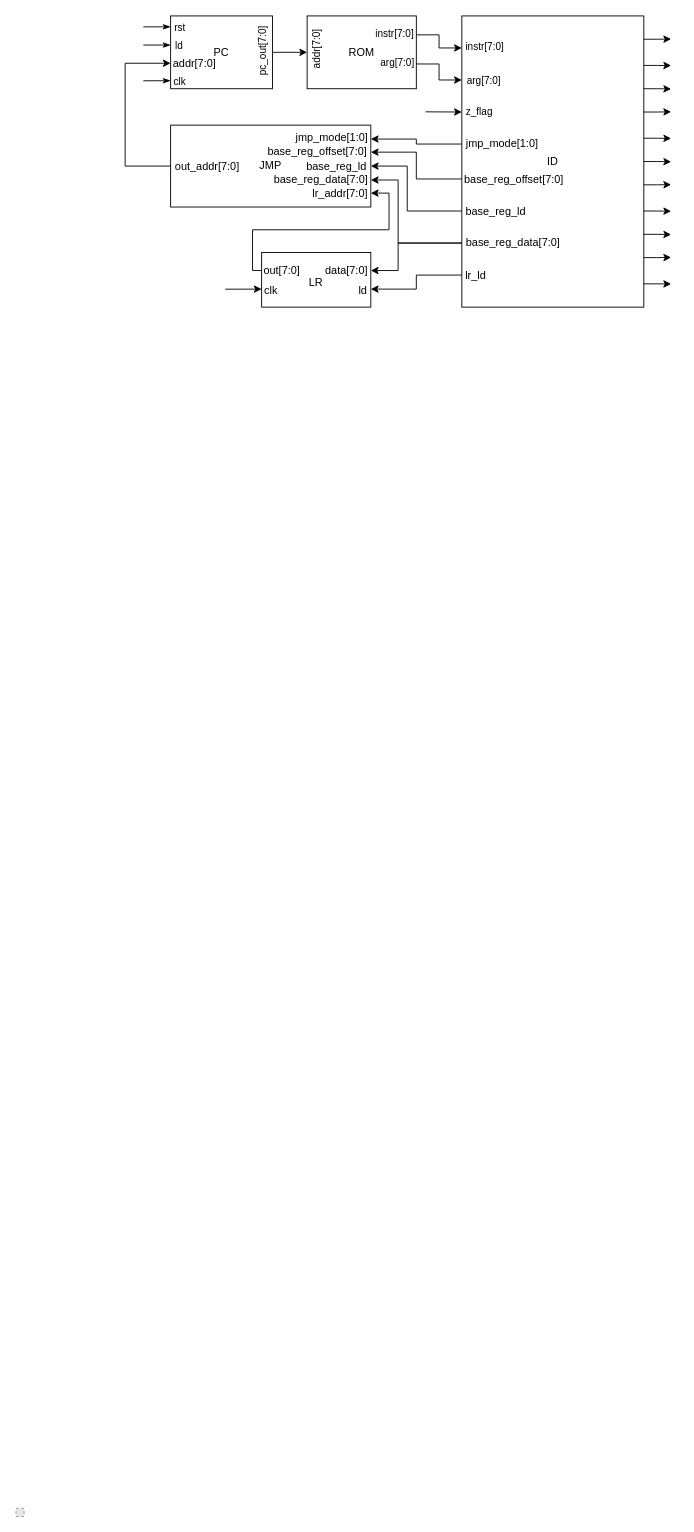
orszoooo/OneCycleCPU keeps this draw.io diagram as Docs/cpu.drawio. Above is the earlier version. Source tidied: cells renumbered, new cells numbered last; positions are measured from the earlier drawing's top-left corner, leaving out a move shared by most shapes. Both pictures are drawn from the tidied source at 91%, with x=0, y=0 at pixel (15, 15). Pictures stored in the file or linked from it are replaced by grey dashed boxes.
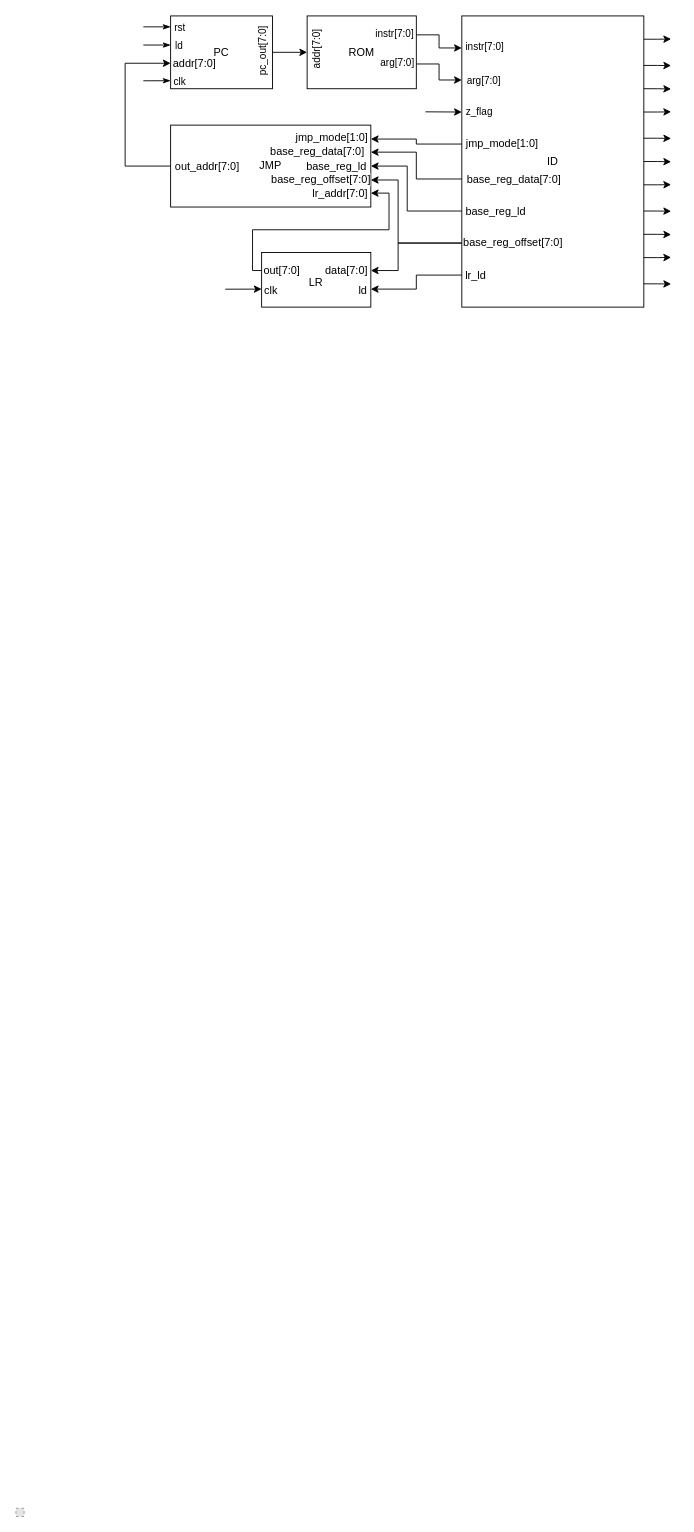
The same page after the edit.

Unchanged cells that the change refers to:
```xml
<mxCell id="7" style="edgeStyle=orthogonalEdgeStyle;sketch=0;hachureGap=4;jiggle=2;curveFitting=1;html=1;exitX=0;exitY=0.78;exitDx=0;exitDy=0;exitPerimeter=0;entryX=1;entryY=0.67;entryDx=0;entryDy=0;entryPerimeter=0;fontFamily=Helvetica;fontSize=12;fontColor=default;startArrow=none;startFill=0;endArrow=classic;endFill=1;rounded=0;" parent="1" edge="1" source="9" target="3">
  <mxGeometry relative="1" as="geometry">
    <Array as="points">
      <mxPoint x="420" y="250" />
      <mxPoint x="420" y="180" />
    </Array>
  </mxGeometry>
</mxCell>
<mxCell id="15" style="edgeStyle=orthogonalEdgeStyle;rounded=0;html=1;exitX=0;exitY=0.56;exitDx=0;exitDy=0;exitPerimeter=0;startArrow=none;startFill=0;endArrow=classic;endFill=1;entryX=1;entryY=0.33;entryDx=0;entryDy=0;entryPerimeter=0;" parent="1" edge="1" source="9" target="3">
  <mxGeometry relative="1" as="geometry" />
</mxCell>
<mxCell id="20" style="edgeStyle=orthogonalEdgeStyle;rounded=0;html=1;exitX=0;exitY=0.78;exitDx=0;exitDy=0;exitPerimeter=0;startArrow=none;startFill=0;endArrow=classic;endFill=1;entryX=1;entryY=0.33;entryDx=0;entryDy=0;entryPerimeter=0;" parent="1" edge="1" source="9" target="10">
  <mxGeometry relative="1" as="geometry">
    <Array as="points">
      <mxPoint x="420" y="250" />
      <mxPoint x="420" y="280" />
    </Array>
  </mxGeometry>
</mxCell>
```

Change to the diagram source:
```diff
@@
-    <mxCell id="8" value="base_reg_data[7:0]" style="edgeLabel;html=1;align=center;verticalAlign=middle;fontSize=12;fontFamily=Helvetica;fontColor=default;" parent="7" vertex="1">
+    <mxCell id="8" value="base_reg_offset[7:0]" style="edgeLabel;html=1;align=center;verticalAlign=middle;fontSize=12;fontFamily=Helvetica;fontColor=default;" parent="7" vertex="1">
       <mxGeometry y="-2" relative="1" as="geometry">
         <mxPoint x="-88" y="-55" as="offset" />
       </mxGeometry>
     </mxCell>
@@
-    <mxCell id="16" value="base_reg_offset[7:0]" style="edgeLabel;html=1;align=center;verticalAlign=middle;fontSize=12;fontFamily=Helvetica;fontColor=default;" parent="15" vertex="1">
+    <mxCell id="16" value="base_reg_data[7:0]" style="edgeLabel;html=1;align=center;verticalAlign=middle;fontSize=12;fontFamily=Helvetica;fontColor=default;" parent="15" vertex="1">
       <mxGeometry x="-0.74" y="1" relative="1" as="geometry">
         <mxPoint x="73" y="-1" as="offset" />
       </mxGeometry>
     </mxCell>
-    <mxCell id="17" value="base_reg_offset[7:0]" style="edgeLabel;html=1;align=center;verticalAlign=middle;fontSize=12;fontFamily=Helvetica;fontColor=default;" parent="15" vertex="1">
+    <mxCell id="17" value="base_reg_data[7:0]" style="edgeLabel;html=1;align=center;verticalAlign=middle;fontSize=12;fontFamily=Helvetica;fontColor=default;" parent="15" vertex="1">
       <mxGeometry x="0.47" y="-1" relative="1" as="geometry">
         <mxPoint x="-94" as="offset" />
       </mxGeometry>
     </mxCell>
@@
-    <mxCell id="22" value="base_reg_data[7:0]" style="edgeLabel;html=1;align=center;verticalAlign=middle;fontSize=12;fontFamily=Helvetica;fontColor=default;" parent="20" vertex="1">
+    <mxCell id="22" value="base_reg_offset[7:0]" style="edgeLabel;html=1;align=center;verticalAlign=middle;fontSize=12;fontFamily=Helvetica;fontColor=default;" parent="20" vertex="1">
       <mxGeometry x="-0.35" y="-1" relative="1" as="geometry">
         <mxPoint x="97" as="offset" />
       </mxGeometry>
     </mxCell>
```
